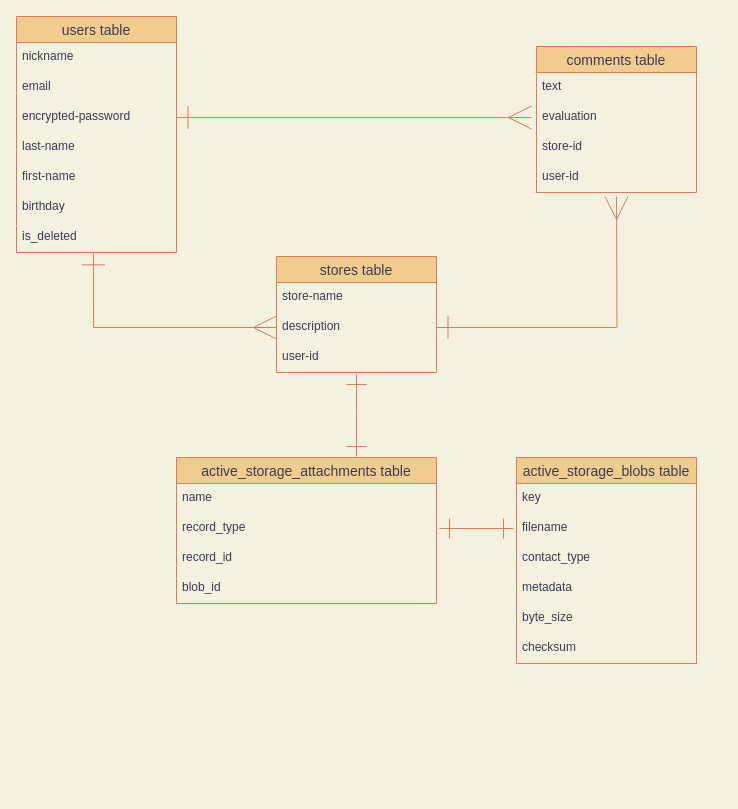
The draw.io diagram sauna.dio in ft529y/sauna-36416, before the edit. Source tidied: cells renumbered, new cells numbered last; positions are measured from the earlier drawing's top-left corner, leaving out a move shared by most shapes. Both pictures are drawn from the tidied source at 100%, with x=0, y=0 at pixel (16, 16).
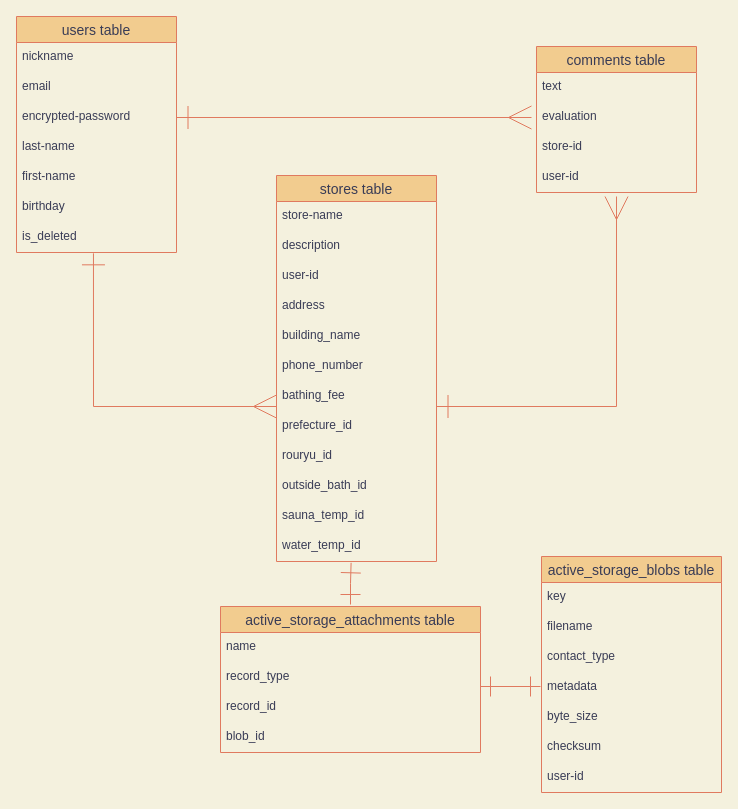
The same diagram, later.

The change refers to these unchanged cells:
```xml
<mxCell id="9" value="is_deleted" style="text;strokeColor=none;fillColor=none;spacingLeft=4;spacingRight=4;overflow=hidden;points=[[0,0.5],[1,0.5]];portConstraint=eastwest;fontSize=12;fontColor=#393C56;" parent="2" vertex="1">
  <mxGeometry y="206" width="160" height="30" as="geometry" />
</mxCell>
<mxCell id="17" value="description" style="text;strokeColor=none;fillColor=none;spacingLeft=4;spacingRight=4;overflow=hidden;points=[[0,0.5],[1,0.5]];portConstraint=eastwest;fontSize=12;fontColor=#393C56;" parent="15" vertex="1">
  <mxGeometry y="56" width="160" height="30" as="geometry" />
</mxCell>
```

What changed in the source:
```diff
@@
     <mxCell id="15" value="stores table" style="swimlane;fontStyle=0;horizontal=1;startSize=26;align=center;fontSize=14;fillColor=#F2CC8F;strokeColor=#E07A5F;fontColor=#393C56;" parent="1" vertex="1">
-      <mxGeometry x="260" y="240" width="160" height="116" as="geometry" />
+      <mxGeometry x="260" y="159" width="160" height="386" as="geometry" />
     </mxCell>
@@
+    <mxCell id="36" value="address" style="text;strokeColor=none;fillColor=none;spacingLeft=4;spacingRight=4;overflow=hidden;fontSize=12;fontColor=#393C56;" parent="15" vertex="1">
+      <mxGeometry y="116" width="160" height="30" as="geometry" />
+    </mxCell>
+    <mxCell id="37" value="building_name" style="text;strokeColor=none;fillColor=none;spacingLeft=4;spacingRight=4;overflow=hidden;fontSize=12;fontColor=#393C56;" parent="15" vertex="1">
+      <mxGeometry y="146" width="160" height="30" as="geometry" />
+    </mxCell>
+    <mxCell id="38" value="phone_number" style="text;strokeColor=none;fillColor=none;spacingLeft=4;spacingRight=4;overflow=hidden;fontSize=12;fontColor=#393C56;" parent="15" vertex="1">
+      <mxGeometry y="176" width="160" height="30" as="geometry" />
+    </mxCell>
+    <mxCell id="39" value="bathing_fee" style="text;strokeColor=none;fillColor=none;spacingLeft=4;spacingRight=4;overflow=hidden;fontSize=12;fontColor=#393C56;" parent="15" vertex="1">
+      <mxGeometry y="206" width="160" height="30" as="geometry" />
+    </mxCell>
+    <mxCell id="40" value="prefecture_id" style="text;strokeColor=none;fillColor=none;spacingLeft=4;spacingRight=4;overflow=hidden;fontSize=12;fontColor=#393C56;" parent="15" vertex="1">
+      <mxGeometry y="236" width="160" height="30" as="geometry" />
+    </mxCell>
+    <mxCell id="41" value="rouryu_id" style="text;strokeColor=none;fillColor=none;spacingLeft=4;spacingRight=4;overflow=hidden;fontSize=12;fontColor=#393C56;" parent="15" vertex="1">
+      <mxGeometry y="266" width="160" height="30" as="geometry" />
+    </mxCell>
+    <mxCell id="42" value="outside_bath_id" style="text;strokeColor=none;fillColor=none;spacingLeft=4;spacingRight=4;overflow=hidden;fontSize=12;fontColor=#393C56;" parent="15" vertex="1">
+      <mxGeometry y="296" width="160" height="30" as="geometry" />
+    </mxCell>
+    <mxCell id="43" value="sauna_temp_id" style="text;strokeColor=none;fillColor=none;spacingLeft=4;spacingRight=4;overflow=hidden;fontSize=12;fontColor=#393C56;" parent="15" vertex="1">
+      <mxGeometry y="326" width="160" height="30" as="geometry" />
+    </mxCell>
+    <mxCell id="44" value="water_temp_id" style="text;strokeColor=none;fillColor=none;spacingLeft=4;spacingRight=4;overflow=hidden;fontSize=12;fontColor=#393C56;" parent="15" vertex="1">
+      <mxGeometry y="356" width="160" height="30" as="geometry" />
+    </mxCell>
@@
-    <mxCell id="20" style="edgeStyle=orthogonalEdgeStyle;rounded=0;jettySize=auto;html=1;exitX=0;exitY=0.5;exitDx=0;exitDy=0;targetPerimeterSpacing=6;sourcePerimeterSpacing=6;endSize=21;startSize=21;endArrow=ERone;endFill=0;startArrow=ERmany;startFill=0;entryX=0.481;entryY=1.028;entryDx=0;entryDy=0;entryPerimeter=0;labelBackgroundColor=#F4F1DE;strokeColor=#E07A5F;fontColor=#393C56;" parent="1" edge="1" source="17" target="9">
-      <mxGeometry relative="1" as="geometry" />
+    <mxCell id="20" style="edgeStyle=orthogonalEdgeStyle;rounded=0;jettySize=auto;html=1;targetPerimeterSpacing=6;sourcePerimeterSpacing=6;endSize=21;startSize=21;endArrow=ERone;endFill=0;startArrow=ERmany;startFill=0;entryX=0.481;entryY=1.028;entryDx=0;entryDy=0;entryPerimeter=0;labelBackgroundColor=#F4F1DE;strokeColor=#E07A5F;fontColor=#393C56;" parent="1" edge="1" target="9">
+      <mxGeometry relative="1" as="geometry">
+        <mxPoint x="260" y="390" as="sourcePoint" />
+        <Array as="points">
+          <mxPoint x="260" y="390" />
+          <mxPoint x="77" y="390" />
+        </Array>
+      </mxGeometry>
     </mxCell>
-    <mxCell id="21" style="edgeStyle=orthogonalEdgeStyle;rounded=0;jettySize=auto;html=1;exitX=1;exitY=0.5;exitDx=0;exitDy=0;targetPerimeterSpacing=6;sourcePerimeterSpacing=6;endSize=21;startSize=21;startArrow=ERone;startFill=0;endArrow=ERmany;endFill=0;labelBackgroundColor=#F4F1DE;strokeColor=#E07A5F;fontColor=#393C56;" parent="1" edge="1" source="17">
+    <mxCell id="21" style="edgeStyle=orthogonalEdgeStyle;rounded=0;orthogonalLoop=1;jettySize=auto;html=1;targetPerimeterSpacing=6;sourcePerimeterSpacing=6;endSize=21;startSize=21;startArrow=ERone;startFill=0;endArrow=ERmany;endFill=0;labelBackgroundColor=#F4F1DE;strokeColor=#E07A5F;fontColor=#393C56;" parent="1" edge="1">
       <mxGeometry relative="1" as="geometry">
+        <mxPoint x="420" y="390" as="sourcePoint" />
         <mxPoint x="600" y="180" as="targetPoint" />
+        <Array as="points">
+          <mxPoint x="420" y="390" />
+          <mxPoint x="600" y="390" />
+        </Array>
       </mxGeometry>
     </mxCell>
-    <mxCell id="22" style="edgeStyle=orthogonalEdgeStyle;rounded=0;orthogonalLoop=1;jettySize=auto;html=1;targetPerimeterSpacing=6;endSize=18;sourcePerimeterSpacing=6;startSize=18;endArrow=ERone;endFill=0;startArrow=ERone;startFill=0;labelBackgroundColor=#F4F1DE;strokeColor=#E07A5F;fontColor=#393C56;" parent="1" edge="1">
-      <mxGeometry relative="1" as="geometry">
-        <mxPoint x="340" y="440" as="sourcePoint" />
-        <mxPoint x="340" y="358" as="targetPoint" />
-        <Array as="points">
-          <mxPoint x="340" y="394" />
-          <mxPoint x="340" y="394" />
-        </Array>
-      </mxGeometry>
-    </mxCell>
+    <mxCell id="45" style="edgeStyle=orthogonalEdgeStyle;rounded=0;orthogonalLoop=1;jettySize=auto;html=1;exitX=0.5;exitY=0;exitDx=0;exitDy=0;entryX=0.466;entryY=1.111;entryDx=0;entryDy=0;entryPerimeter=0;endSize=18;endArrow=ERone;endFill=0;startArrow=ERone;startFill=0;startSize=18;strokeColor=#E07A5F;" parent="1" edge="1">
+      <mxGeometry relative="1" as="geometry">
+        <mxPoint x="334" y="588" as="sourcePoint" />
+        <mxPoint x="334.6" y="546.3" as="targetPoint" />
+        <Array as="points">
+          <mxPoint x="334" y="567" />
+        </Array>
+      </mxGeometry>
+    </mxCell>
     <mxCell id="23" value="active_storage_attachments table" style="swimlane;fontStyle=0;horizontal=1;startSize=26;align=center;fontSize=14;fillColor=#F2CC8F;strokeColor=#E07A5F;fontColor=#393C56;" parent="1" vertex="1">
-      <mxGeometry x="160" y="441" width="260" height="146" as="geometry" />
+      <mxGeometry x="204" y="590" width="260" height="146" as="geometry" />
     </mxCell>
@@
     <mxCell id="28" value="active_storage_blobs table" style="swimlane;fontStyle=0;horizontal=1;startSize=26;align=center;fontSize=14;fillColor=#F2CC8F;strokeColor=#E07A5F;fontColor=#393C56;" parent="1" vertex="1">
-      <mxGeometry x="500" y="441" width="180" height="206" as="geometry" />
+      <mxGeometry x="525" y="540" width="180" height="236" as="geometry" />
     </mxCell>
@@
+    <mxCell id="46" value="user-id" style="text;strokeColor=none;fillColor=none;spacingLeft=4;spacingRight=4;overflow=hidden;fontSize=12;fontColor=#393C56;" parent="28" vertex="1">
+      <mxGeometry y="206" width="180" height="30" as="geometry" />
+    </mxCell>
-    <mxCell id="35" style="edgeStyle=orthogonalEdgeStyle;rounded=0;orthogonalLoop=1;jettySize=auto;html=1;entryX=0;entryY=0.5;entryDx=0;entryDy=0;startArrow=ERone;startFill=0;endArrow=ERone;endFill=0;startSize=18;endSize=18;sourcePerimeterSpacing=6;targetPerimeterSpacing=6;labelBackgroundColor=#F4F1DE;strokeColor=#E07A5F;fontColor=#393C56;" parent="1" edge="1">
+    <mxCell id="35" style="edgeStyle=orthogonalEdgeStyle;rounded=0;orthogonalLoop=1;jettySize=auto;html=1;startArrow=ERone;startFill=0;endArrow=ERone;endFill=0;startSize=18;endSize=18;sourcePerimeterSpacing=6;targetPerimeterSpacing=6;labelBackgroundColor=#F4F1DE;strokeColor=#E07A5F;fontColor=#393C56;" parent="1" edge="1">
       <mxGeometry relative="1" as="geometry">
-        <mxPoint x="423" y="512" as="sourcePoint" />
-        <mxPoint x="497" y="512" as="targetPoint" />
+        <mxPoint x="464" y="670" as="sourcePoint" />
+        <mxPoint x="524" y="670" as="targetPoint" />
         <Array as="points">
-          <mxPoint x="427" y="512" />
-          <mxPoint x="427" y="512" />
+          <mxPoint x="524" y="670" />
+          <mxPoint x="524" y="670" />
         </Array>
       </mxGeometry>
     </mxCell>
```
